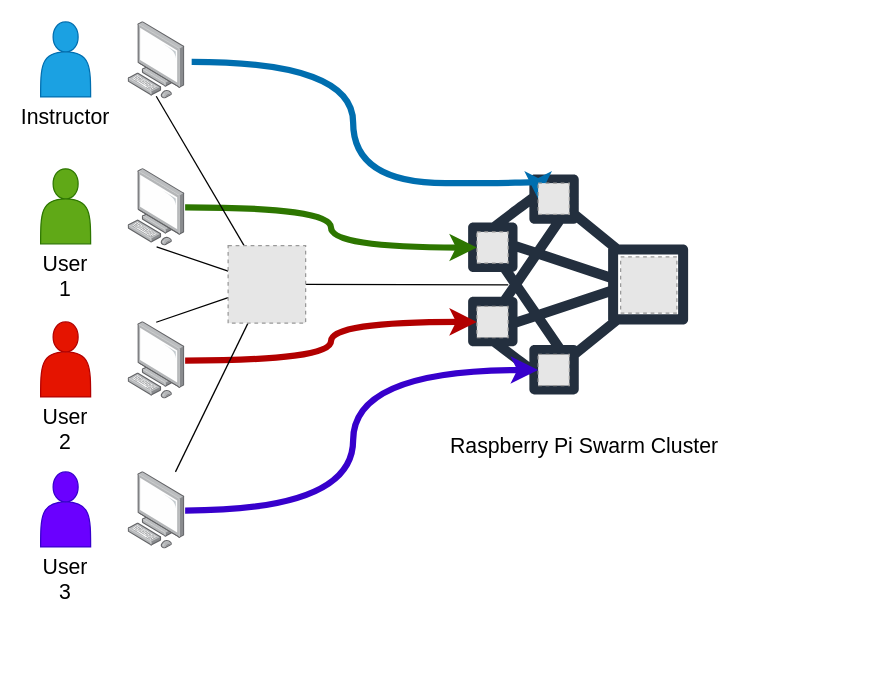
The draw.io diagram Screenshots/Red Scenario Diagram.drawio in sko9370/CyberRangePi, before the edit. Source tidied: cells renumbered, new cells numbered last; positions are measured from the earlier drawing's top-left corner, leaving out a move shared by most shapes. Both pictures are drawn from the tidied source at 125%, with x=0, y=0 at pixel (40, 21). Pictures stored in the file or linked from it are replaced by grey dashed boxes.
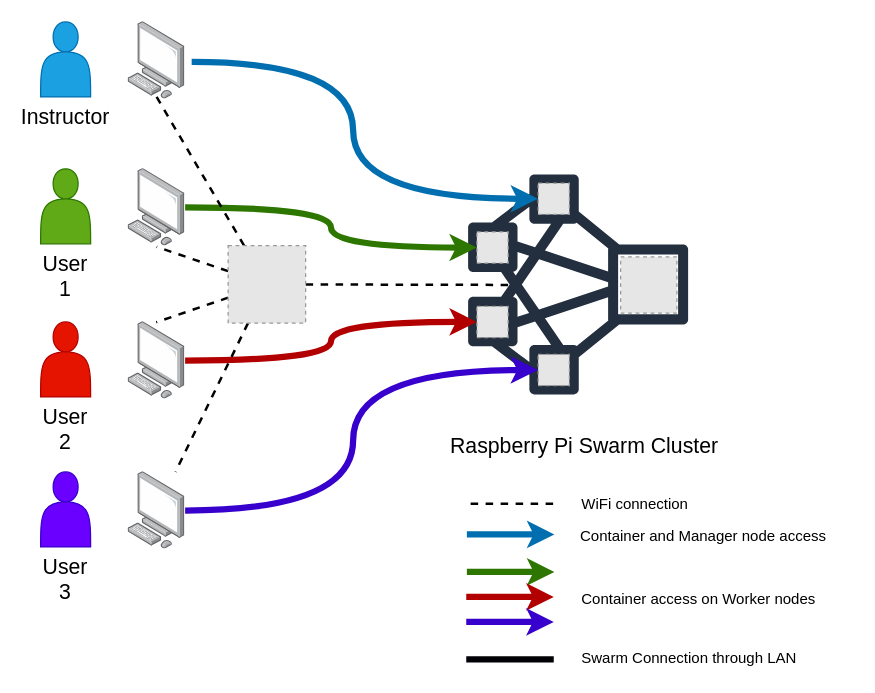
The same page after the edit.

Unchanged cells that the change refers to:
```xml
<mxCell id="2" style="outlineConnect=0;fontColor=#232F3E;gradientColor=none;strokeColor=#232F3E;fillColor=#ffffff;dashed=0;verticalLabelPosition=bottom;verticalAlign=top;align=center;html=1;fontSize=12;fontStyle=0;shape=mxgraph.aws4.resourceIcon;resIcon=mxgraph.aws4.cluster;rotation=180;textDirection=rtl;" parent="1" vertex="1">
  <mxGeometry x="320" y="100" width="220" height="220" as="geometry" />
</mxCell>
<mxCell id="6" style="points=[];html=1;align=center;shadow=0;dashed=0;image;image=img/lib/allied_telesis/computer_and_terminals/Personal_Computer.svg;fontColor=#000000;" parent="1" vertex="1">
  <mxGeometry x="70" width="45.6" height="61.8" as="geometry" />
</mxCell>
<mxCell id="8" style="points=[];html=1;align=center;shadow=0;dashed=0;image;image=img/lib/allied_telesis/computer_and_terminals/Personal_Computer.svg;fontColor=#000000;" parent="1" vertex="1">
  <mxGeometry x="70" y="117.5" width="45.6" height="61.8" as="geometry" />
</mxCell>
<mxCell id="11" style="points=[];html=1;align=center;shadow=0;dashed=0;image;image=img/lib/allied_telesis/computer_and_terminals/Personal_Computer.svg;fontColor=#000000;" parent="1" vertex="1">
  <mxGeometry x="70" y="240" width="45.6" height="61.8" as="geometry" />
</mxCell>
<mxCell id="14" style="points=[];html=1;align=center;shadow=0;dashed=0;image;image=img/lib/allied_telesis/computer_and_terminals/Personal_Computer.svg;fontColor=#000000;" parent="1" vertex="1">
  <mxGeometry x="70" y="360" width="45.6" height="61.8" as="geometry" />
</mxCell>
<mxCell id="16" style="fillColor=#E6E6E6;strokeColor=#999999;dashed=1;html=1;verticalAlign=top;verticalLabelPosition=bottom;labelBackgroundColor=#ffffff;fontColor=#000000;" parent="1" vertex="1">
  <mxGeometry x="398" y="129" width="25" height="25" as="geometry" />
</mxCell>
<mxCell id="26" style="fillColor=#E6E6E6;strokeColor=#999999;dashed=1;html=1;verticalAlign=top;verticalLabelPosition=bottom;labelBackgroundColor=#ffffff;fontColor=#000000;" parent="1" vertex="1">
  <mxGeometry x="150" y="179" width="62" height="62" as="geometry" />
</mxCell>
```

The edit, as a diff of the source:
```diff
@@
     <mxCell id="5" style="edgeStyle=orthogonalEdgeStyle;jettySize=auto;html=1;fontColor=#000000;entryX=0;entryY=0.5;entryDx=0;entryDy=0;fillColor=#1ba1e2;strokeColor=#006EAF;strokeWidth=5;curved=1;exitX=1.115;exitY=0.518;exitDx=0;exitDy=0;exitPerimeter=0;" parent="1" edge="1" source="6" target="16">
       <mxGeometry relative="1" as="geometry">
         <Array as="points">
           <mxPoint x="250" y="32" />
-          <mxPoint x="250" y="129" />
-          <mxPoint x="398" y="129" />
+          <mxPoint x="250" y="142" />
         </Array>
       </mxGeometry>
     </mxCell>
@@
-    <mxCell id="21" style="rounded=0;jettySize=auto;html=1;fillColor=#ffffff;fontColor=#000000;entryX=0.754;entryY=0.498;entryDx=0;entryDy=0;entryPerimeter=0;endArrow=none;endFill=0;" parent="1" edge="1" source="26" target="2">
+    <mxCell id="21" style="rounded=0;jettySize=auto;html=1;fillColor=#ffffff;fontColor=#000000;entryX=0.754;entryY=0.498;entryDx=0;entryDy=0;entryPerimeter=0;endArrow=none;endFill=0;dashed=1;strokeWidth=2;" parent="1" edge="1" source="26" target="2">
       <mxGeometry relative="1" as="geometry" />
     </mxCell>
-    <mxCell id="22" style="rounded=0;jettySize=auto;html=1;fillColor=#ffffff;fontColor=#000000;entryX=0.5;entryY=1.011;entryDx=0;entryDy=0;entryPerimeter=0;endArrow=none;endFill=0;" parent="1" edge="1" source="26" target="8">
+    <mxCell id="22" style="rounded=0;jettySize=auto;html=1;fillColor=#ffffff;fontColor=#000000;entryX=0.5;entryY=1.011;entryDx=0;entryDy=0;entryPerimeter=0;endArrow=none;endFill=0;dashed=1;strokeWidth=2;" parent="1" edge="1" source="26" target="8">
       <mxGeometry relative="1" as="geometry" />
     </mxCell>
-    <mxCell id="23" style="rounded=0;jettySize=auto;html=1;entryX=0.493;entryY=0.005;entryDx=0;entryDy=0;entryPerimeter=0;fillColor=#ffffff;fontColor=#000000;endArrow=none;endFill=0;" parent="1" edge="1" source="26" target="11">
+    <mxCell id="23" style="rounded=0;jettySize=auto;html=1;entryX=0.493;entryY=0.005;entryDx=0;entryDy=0;entryPerimeter=0;fillColor=#ffffff;fontColor=#000000;endArrow=none;endFill=0;dashed=1;strokeWidth=2;" parent="1" edge="1" source="26" target="11">
       <mxGeometry relative="1" as="geometry" />
     </mxCell>
-    <mxCell id="24" style="rounded=0;jettySize=auto;html=1;entryX=0.493;entryY=0.963;entryDx=0;entryDy=0;entryPerimeter=0;fillColor=#ffffff;fontColor=#000000;endArrow=none;endFill=0;" parent="1" edge="1" source="26" target="6">
+    <mxCell id="24" style="rounded=0;jettySize=auto;html=1;entryX=0.493;entryY=0.963;entryDx=0;entryDy=0;entryPerimeter=0;fillColor=#ffffff;fontColor=#000000;endArrow=none;endFill=0;dashed=1;strokeWidth=2;" parent="1" edge="1" source="26" target="6">
       <mxGeometry relative="1" as="geometry" />
     </mxCell>
-    <mxCell id="25" style="rounded=0;jettySize=auto;html=1;fillColor=#ffffff;fontColor=#000000;endArrow=none;endFill=0;" parent="1" edge="1" source="26" target="14">
+    <mxCell id="25" style="rounded=0;jettySize=auto;html=1;fillColor=#ffffff;fontColor=#000000;endArrow=none;endFill=0;dashed=1;strokeWidth=2;" parent="1" edge="1" source="26" target="14">
       <mxGeometry relative="1" as="geometry" />
     </mxCell>
@@
+    <mxCell id="27" style="rounded=0;orthogonalLoop=1;jettySize=auto;html=1;fillColor=#ffffff;fontColor=#000000;endArrow=none;endFill=0;strokeWidth=2;dashed=1;" parent="1" edge="1">
+      <mxGeometry relative="1" as="geometry">
+        <mxPoint x="410" y="385.5" as="sourcePoint" />
+        <mxPoint x="340" y="385.5" as="targetPoint" />
+      </mxGeometry>
+    </mxCell>
+    <mxCell id="28" value="WiFi connection" style="text;html=1;align=left;verticalAlign=top;spacingTop=-4;" parent="1" vertex="1">
+      <mxGeometry x="431" y="376" width="100" height="20" as="geometry" />
+    </mxCell>
+    <mxCell id="29" style="edgeStyle=orthogonalEdgeStyle;orthogonalLoop=1;jettySize=auto;html=1;fontColor=#000000;fillColor=#1ba1e2;strokeColor=#006EAF;strokeWidth=5;rounded=0;" parent="1" edge="1">
+      <mxGeometry relative="1" as="geometry">
+        <mxPoint x="381" y="410" as="sourcePoint" />
+        <mxPoint x="411" y="410" as="targetPoint" />
+        <Array as="points">
+          <mxPoint x="341" y="410" />
+          <mxPoint x="341" y="410" />
+        </Array>
+      </mxGeometry>
+    </mxCell>
+    <mxCell id="30" value="Container and Manager node access" style="text;html=1;align=left;verticalAlign=top;spacingTop=-4;" parent="1" vertex="1">
+      <mxGeometry x="430" y="402" width="220" height="20" as="geometry" />
+    </mxCell>
+    <mxCell id="31" style="edgeStyle=orthogonalEdgeStyle;orthogonalLoop=1;jettySize=auto;html=1;fontColor=#000000;fillColor=#60a917;strokeColor=#2D7600;strokeWidth=5;rounded=0;" parent="1" edge="1">
+      <mxGeometry relative="1" as="geometry">
+        <mxPoint x="341" y="440" as="sourcePoint" />
+        <mxPoint x="411" y="440" as="targetPoint" />
+        <Array as="points">
+          <mxPoint x="370.5" y="440" />
+          <mxPoint x="370.5" y="440" />
+        </Array>
+      </mxGeometry>
+    </mxCell>
+    <mxCell id="32" style="edgeStyle=orthogonalEdgeStyle;orthogonalLoop=1;jettySize=auto;html=1;fontColor=#000000;fillColor=#e51400;strokeColor=#B20000;strokeWidth=5;rounded=0;" parent="1" edge="1">
+      <mxGeometry relative="1" as="geometry">
+        <mxPoint x="340.5" y="460" as="sourcePoint" />
+        <mxPoint x="410.5" y="460" as="targetPoint" />
+        <Array as="points">
+          <mxPoint x="370" y="460" />
+          <mxPoint x="370" y="460" />
+        </Array>
+      </mxGeometry>
+    </mxCell>
+    <mxCell id="33" style="edgeStyle=orthogonalEdgeStyle;orthogonalLoop=1;jettySize=auto;html=1;fontColor=#000000;fillColor=#6a00ff;strokeColor=#3700CC;strokeWidth=5;rounded=0;" parent="1" edge="1">
+      <mxGeometry relative="1" as="geometry">
+        <mxPoint x="340.5" y="480" as="sourcePoint" />
+        <mxPoint x="410.5" y="480" as="targetPoint" />
+        <Array as="points">
+          <mxPoint x="370" y="480" />
+          <mxPoint x="370" y="480" />
+        </Array>
+      </mxGeometry>
+    </mxCell>
+    <mxCell id="34" value="Container access on Worker nodes" style="text;html=1;align=left;verticalAlign=top;spacingTop=-4;" parent="1" vertex="1">
+      <mxGeometry x="431" y="452" width="210" height="20" as="geometry" />
+    </mxCell>
+    <mxCell id="35" style="edgeStyle=orthogonalEdgeStyle;orthogonalLoop=1;jettySize=auto;html=1;fontColor=#000000;fillColor=#6a00ff;strokeColor=#010005;strokeWidth=5;rounded=0;endArrow=none;endFill=0;" parent="1" edge="1">
+      <mxGeometry relative="1" as="geometry">
+        <mxPoint x="340.5" y="510" as="sourcePoint" />
+        <mxPoint x="410.5" y="510" as="targetPoint" />
+        <Array as="points">
+          <mxPoint x="369.5" y="510" />
+          <mxPoint x="369.5" y="510" />
+        </Array>
+      </mxGeometry>
+    </mxCell>
+    <mxCell id="36" value="Swarm Connection through LAN" style="text;html=1;align=left;verticalAlign=top;spacingTop=-4;" parent="1" vertex="1">
+      <mxGeometry x="431" y="499" width="190" height="20" as="geometry" />
+    </mxCell>
```
